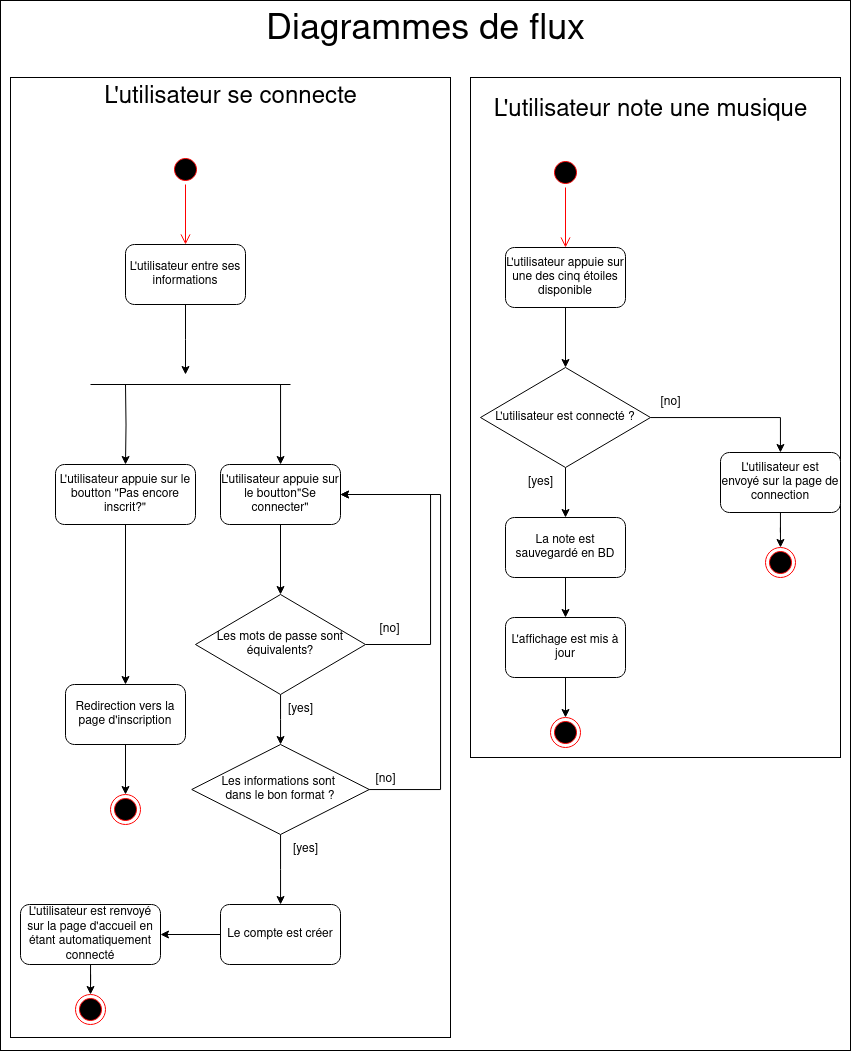
Earlier version of the draw.io export Documentation/Activités/DiagrammeActivités.png (CharlesMassuard/Sonorify). Source tidied: cells renumbered, new cells last; positions are measured from the earlier drawing's top-left corner, leaving out a move shared by most shapes.
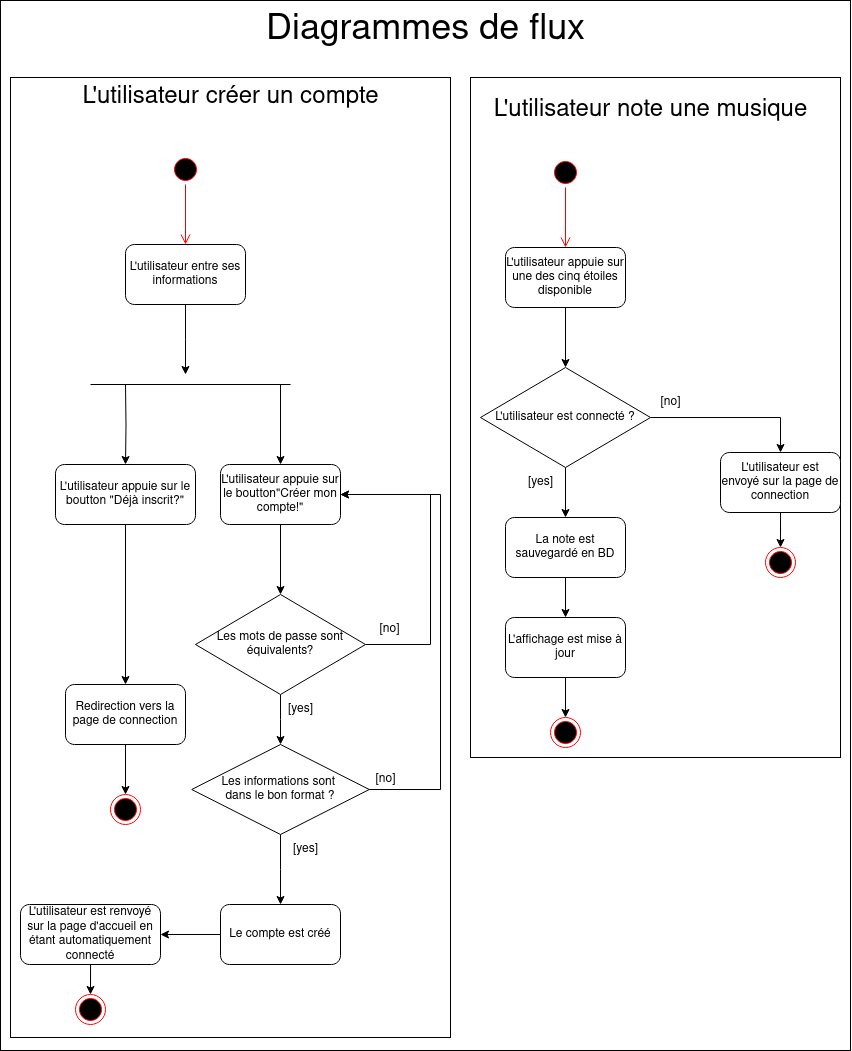
The same diagram one commit later.

Commit message:
Fix des diagrammes d'adtivités

Change to the diagram source:
```diff
@@ -2,6 +2,9 @@
   <root>
     <mxCell id="0" />
     <mxCell id="1" parent="0" />
+    <mxCell id="53" style="rounded=0;whiteSpace=wrap;html=1;fillColor=none;" parent="1" vertex="1">
+      <mxGeometry width="850" height="1050" as="geometry" />
+    </mxCell>
     <mxCell id="2" style="rounded=0;whiteSpace=wrap;html=1;fillColor=none;" parent="1" vertex="1">
       <mxGeometry x="10" y="77" width="440" height="960" as="geometry" />
     </mxCell>
@@ -14,8 +17,8 @@
     <mxCell id="5" value="&lt;font style=&quot;font-size: 24px;&quot;&gt;L'utilisateur note une musique&lt;/font&gt;" style="text;html=1;align=center;verticalAlign=middle;strokeColor=none;fillColor=none;" parent="1" vertex="1">
       <mxGeometry x="480" y="90" width="340" height="40" as="geometry" />
     </mxCell>
-    <mxCell id="6" value="&lt;font style=&quot;font-size: 24px;&quot;&gt;L'utilisateur se connecte&lt;/font&gt;" style="text;html=1;align=center;verticalAlign=middle;strokeColor=none;fillColor=none;" parent="1" vertex="1">
-      <mxGeometry x="90" y="77" width="280" height="40" as="geometry" />
+    <mxCell id="6" value="&lt;font style=&quot;font-size: 24px;&quot;&gt;L'utilisateur créer un compte&lt;br&gt;&lt;/font&gt;" style="text;html=1;align=center;verticalAlign=middle;strokeColor=none;fillColor=none;" parent="1" vertex="1">
+      <mxGeometry x="70" y="77" width="320" height="40" as="geometry" />
     </mxCell>
     <mxCell id="7" style="ellipse;html=1;shape=startState;fillColor=#000000;strokeColor=#ff0000;" parent="1" vertex="1">
       <mxGeometry x="170" y="154" width="30" height="30" as="geometry" />
@@ -68,7 +71,7 @@
     <mxCell id="21" style="edgeStyle=orthogonalEdgeStyle;rounded=0;jettySize=auto;html=1;" parent="1" edge="1" source="22" target="20">
       <mxGeometry relative="1" as="geometry" />
     </mxCell>
-    <mxCell id="22" value="L'affichage est mis à jour" style="whiteSpace=wrap;html=1;rounded=1;" parent="1" vertex="1">
+    <mxCell id="22" value="L'affichage est mise à jour" style="whiteSpace=wrap;html=1;rounded=1;" parent="1" vertex="1">
       <mxGeometry x="505" y="617" width="120" height="60" as="geometry" />
     </mxCell>
     <mxCell id="23" value="[yes]" style="text;html=1;align=center;verticalAlign=middle;strokeColor=none;fillColor=none;" parent="1" vertex="1">
@@ -100,7 +103,7 @@
     <mxCell id="30" style="edgeStyle=orthogonalEdgeStyle;rounded=0;jettySize=auto;html=1;" parent="1" edge="1" source="31" target="36">
       <mxGeometry relative="1" as="geometry" />
     </mxCell>
-    <mxCell id="31" value="L'utilisateur appuie sur le boutton &quot;Pas encore inscrit?&quot;" style="rounded=1;whiteSpace=wrap;html=1;" parent="1" vertex="1">
+    <mxCell id="31" value="L'utilisateur appuie sur le boutton &quot;Déjà inscrit?&quot;" style="rounded=1;whiteSpace=wrap;html=1;" parent="1" vertex="1">
       <mxGeometry x="55" y="464" width="140" height="60" as="geometry" />
     </mxCell>
     <mxCell id="32" style="edgeStyle=orthogonalEdgeStyle;rounded=0;jettySize=auto;html=1;" parent="1" edge="1" target="34">
@@ -114,13 +117,13 @@
     <mxCell id="33" style="edgeStyle=orthogonalEdgeStyle;rounded=0;jettySize=auto;html=1;" parent="1" edge="1" source="34" target="40">
       <mxGeometry relative="1" as="geometry" />
     </mxCell>
-    <mxCell id="34" value="L'utilisateur appuie sur le boutton&quot;Se connecter&quot;" style="rounded=1;whiteSpace=wrap;html=1;" parent="1" vertex="1">
+    <mxCell id="34" value="L'utilisateur appuie sur le boutton&quot;Créer mon compte!&quot;" style="rounded=1;whiteSpace=wrap;html=1;" parent="1" vertex="1">
       <mxGeometry x="220" y="464" width="120" height="60" as="geometry" />
     </mxCell>
     <mxCell id="35" style="edgeStyle=orthogonalEdgeStyle;rounded=0;jettySize=auto;html=1;" parent="1" edge="1" source="36" target="37">
       <mxGeometry relative="1" as="geometry" />
     </mxCell>
-    <mxCell id="36" value="Redirection vers la page d'inscription" style="whiteSpace=wrap;html=1;rounded=1;" parent="1" vertex="1">
+    <mxCell id="36" value="Redirection vers la page de connection" style="whiteSpace=wrap;html=1;rounded=1;" parent="1" vertex="1">
       <mxGeometry x="65" y="684" width="120" height="60" as="geometry" />
     </mxCell>
     <mxCell id="37" style="ellipse;html=1;shape=endState;fillColor=#000000;strokeColor=#ff0000;" parent="1" vertex="1">
@@ -169,7 +172,7 @@
     <mxCell id="48" style="edgeStyle=orthogonalEdgeStyle;rounded=0;jettySize=auto;html=1;" parent="1" edge="1" source="49" target="51">
       <mxGeometry relative="1" as="geometry" />
     </mxCell>
-    <mxCell id="49" value="Le compte est créer" style="whiteSpace=wrap;html=1;rounded=1;" parent="1" vertex="1">
+    <mxCell id="49" value="Le compte est créé" style="whiteSpace=wrap;html=1;rounded=1;" parent="1" vertex="1">
       <mxGeometry x="220" y="904" width="120" height="60" as="geometry" />
     </mxCell>
     <mxCell id="50" style="edgeStyle=orthogonalEdgeStyle;rounded=0;jettySize=auto;html=1;" parent="1" edge="1" source="51" target="52">
@@ -181,8 +184,5 @@
     <mxCell id="52" style="ellipse;html=1;shape=endState;fillColor=#000000;strokeColor=#ff0000;" parent="1" vertex="1">
       <mxGeometry x="75" y="994" width="30" height="30" as="geometry" />
     </mxCell>
-    <mxCell id="53" style="rounded=0;whiteSpace=wrap;html=1;fillColor=none;" parent="1" vertex="1">
-      <mxGeometry width="850" height="1050" as="geometry" />
-    </mxCell>
   </root>
 </mxGraphModel>
```
